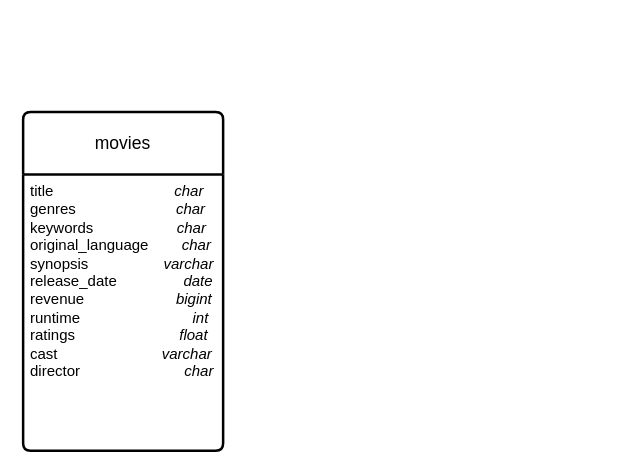
The draw.io diagram datamodel.drawio in aidalmd/Datascientest_MLOps_2023_RecomFilms, before the edit. Source tidied: cells renumbered, new cells numbered last; positions are measured from the earlier drawing's top-left corner, leaving out a move shared by most shapes. Both pictures are drawn from the tidied source at 125%, with x=0, y=0 at pixel (22, 111).
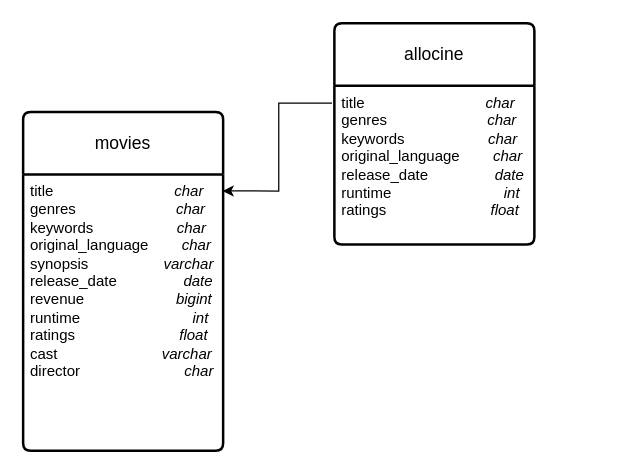
The same page after the edit.

Change to the diagram source:
```diff
@@
 <mxGraphModel>
   <root>
     <mxCell id="0" />
     <mxCell id="1" parent="0" />
     <mxCell id="2" value="movies" style="swimlane;horizontal=1;startSize=50;rounded=1;fontSize=14;fontStyle=0;strokeWidth=2;shadow=0;dashed=0;align=center;arcSize=4;whiteSpace=wrap;html=1;" parent="1" vertex="1">
       <mxGeometry width="160" height="271" as="geometry" />
     </mxCell>
     <mxCell id="3" value="title&amp;nbsp; &amp;nbsp; &amp;nbsp; &amp;nbsp; &amp;nbsp; &amp;nbsp; &amp;nbsp; &amp;nbsp; &amp;nbsp; &amp;nbsp; &amp;nbsp; &amp;nbsp; &amp;nbsp; &amp;nbsp; &amp;nbsp;&lt;i&gt;char&lt;/i&gt;&lt;br&gt;genres&amp;nbsp; &amp;nbsp; &amp;nbsp; &amp;nbsp; &amp;nbsp; &amp;nbsp; &amp;nbsp; &amp;nbsp; &amp;nbsp; &amp;nbsp; &amp;nbsp; &amp;nbsp; &lt;i&gt;char&lt;/i&gt;&lt;br&gt;keywords&amp;nbsp; &amp;nbsp; &amp;nbsp; &amp;nbsp; &amp;nbsp; &amp;nbsp; &amp;nbsp; &amp;nbsp; &amp;nbsp; &amp;nbsp;&amp;nbsp;&lt;i&gt;char&lt;/i&gt;&lt;br&gt;original_language&amp;nbsp; &amp;nbsp; &amp;nbsp; &amp;nbsp; &lt;i&gt;char&lt;/i&gt;&lt;br&gt;synopsis&amp;nbsp; &amp;nbsp; &amp;nbsp; &amp;nbsp; &amp;nbsp; &amp;nbsp; &amp;nbsp; &amp;nbsp; &amp;nbsp; &lt;i&gt;varchar&lt;/i&gt;&lt;br&gt;release_date&amp;nbsp; &amp;nbsp; &amp;nbsp; &amp;nbsp; &amp;nbsp; &amp;nbsp; &amp;nbsp; &amp;nbsp; &lt;i&gt;date&lt;/i&gt;&lt;br&gt;revenue&amp;nbsp; &amp;nbsp; &amp;nbsp; &amp;nbsp; &amp;nbsp; &amp;nbsp; &amp;nbsp; &amp;nbsp; &amp;nbsp; &amp;nbsp; &amp;nbsp; &lt;i&gt;bigint&lt;/i&gt;&amp;nbsp; &amp;nbsp; &amp;nbsp; &amp;nbsp; &amp;nbsp; &amp;nbsp; &amp;nbsp; &amp;nbsp; &amp;nbsp; &amp;nbsp;&lt;br&gt;runtime&amp;nbsp; &amp;nbsp; &amp;nbsp; &amp;nbsp; &amp;nbsp; &amp;nbsp; &amp;nbsp; &amp;nbsp; &amp;nbsp; &amp;nbsp; &amp;nbsp; &amp;nbsp; &amp;nbsp; &amp;nbsp;&lt;i&gt;int&lt;/i&gt;&lt;br&gt;ratings&amp;nbsp; &amp;nbsp; &amp;nbsp; &amp;nbsp; &amp;nbsp; &amp;nbsp; &amp;nbsp; &amp;nbsp; &amp;nbsp; &amp;nbsp; &amp;nbsp; &amp;nbsp; &amp;nbsp;&lt;i&gt;float&lt;/i&gt;&lt;br&gt;cast&amp;nbsp; &amp;nbsp; &amp;nbsp; &amp;nbsp; &amp;nbsp; &amp;nbsp; &amp;nbsp; &amp;nbsp; &amp;nbsp; &amp;nbsp; &amp;nbsp; &amp;nbsp; &amp;nbsp;&lt;i&gt;varchar&lt;/i&gt;&lt;br&gt;director&amp;nbsp; &amp;nbsp; &amp;nbsp; &amp;nbsp; &amp;nbsp; &amp;nbsp; &amp;nbsp; &amp;nbsp; &amp;nbsp; &amp;nbsp; &amp;nbsp; &amp;nbsp; &amp;nbsp;&lt;i&gt;char&lt;/i&gt;&lt;br&gt;" style="align=left;strokeColor=none;fillColor=none;spacingLeft=4;fontSize=12;verticalAlign=top;html=1;" parent="2" vertex="1">
       <mxGeometry y="50" width="160" height="221" as="geometry" />
     </mxCell>
+    <mxCell id="4" value="allocine" style="swimlane;horizontal=1;startSize=50;rounded=1;fontSize=14;fontStyle=0;strokeWidth=2;shadow=0;dashed=0;align=center;arcSize=4;whiteSpace=wrap;html=1;" parent="1" vertex="1">
+      <mxGeometry x="249" y="-71" width="160" height="177" as="geometry" />
+    </mxCell>
+    <mxCell id="5" value="title&amp;nbsp; &amp;nbsp; &amp;nbsp; &amp;nbsp; &amp;nbsp; &amp;nbsp; &amp;nbsp; &amp;nbsp; &amp;nbsp; &amp;nbsp; &amp;nbsp; &amp;nbsp; &amp;nbsp; &amp;nbsp; &amp;nbsp;&lt;i&gt;char&lt;/i&gt;&lt;br&gt;genres&amp;nbsp; &amp;nbsp; &amp;nbsp; &amp;nbsp; &amp;nbsp; &amp;nbsp; &amp;nbsp; &amp;nbsp; &amp;nbsp; &amp;nbsp; &amp;nbsp; &amp;nbsp; &lt;i&gt;char&lt;/i&gt;&lt;br&gt;keywords&amp;nbsp; &amp;nbsp; &amp;nbsp; &amp;nbsp; &amp;nbsp; &amp;nbsp; &amp;nbsp; &amp;nbsp; &amp;nbsp; &amp;nbsp;&amp;nbsp;&lt;i&gt;char&lt;/i&gt;&lt;br&gt;original_language&amp;nbsp; &amp;nbsp; &amp;nbsp; &amp;nbsp; &lt;i&gt;char&lt;/i&gt;&lt;br&gt;release_date&amp;nbsp; &amp;nbsp; &amp;nbsp; &amp;nbsp; &amp;nbsp; &amp;nbsp; &amp;nbsp; &amp;nbsp; &lt;i&gt;date&lt;/i&gt;&amp;nbsp; &amp;nbsp; &amp;nbsp; &amp;nbsp; &amp;nbsp; &amp;nbsp; &amp;nbsp; &amp;nbsp; &amp;nbsp; &amp;nbsp;&lt;br&gt;runtime&amp;nbsp; &amp;nbsp; &amp;nbsp; &amp;nbsp; &amp;nbsp; &amp;nbsp; &amp;nbsp; &amp;nbsp; &amp;nbsp; &amp;nbsp; &amp;nbsp; &amp;nbsp; &amp;nbsp; &amp;nbsp;&lt;i&gt;int&lt;/i&gt;&lt;br&gt;ratings&amp;nbsp; &amp;nbsp; &amp;nbsp; &amp;nbsp; &amp;nbsp; &amp;nbsp; &amp;nbsp; &amp;nbsp; &amp;nbsp; &amp;nbsp; &amp;nbsp; &amp;nbsp; &amp;nbsp;&lt;i&gt;float&lt;/i&gt;" style="align=left;strokeColor=none;fillColor=none;spacingLeft=4;fontSize=12;verticalAlign=top;html=1;" parent="4" vertex="1">
+      <mxGeometry y="50" width="160" height="127" as="geometry" />
+    </mxCell>
+    <mxCell id="6" style="edgeStyle=orthogonalEdgeStyle;rounded=0;jettySize=auto;html=1;exitX=-0.012;exitY=0.11;exitDx=0;exitDy=0;entryX=0.997;entryY=0.06;entryDx=0;entryDy=0;entryPerimeter=0;exitPerimeter=0;" parent="1" edge="1" source="5" target="3">
+      <mxGeometry relative="1" as="geometry" />
+    </mxCell>
   </root>
 </mxGraphModel>
```
